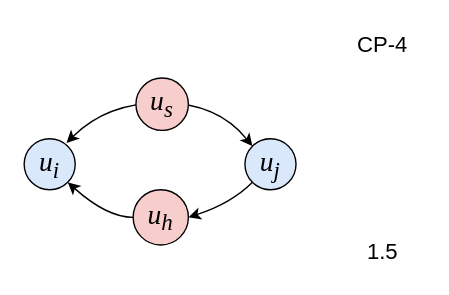
Before: FourDP_2.drawio in kxzhu0505/Delay-Padding-For-Multi-corner, a draw.io diagram. Source tidied: cells renumbered, new cells numbered last; positions are measured from the earlier drawing's top-left corner, leaving out a move shared by most shapes. Both pictures are drawn from the tidied source at 138%, with x=0, y=0 at pixel (23, 23).
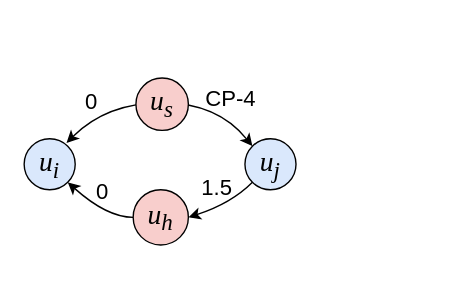
Above is the later version.

Change to the diagram source:
```diff
@@
 <mxGraphModel>
   <root>
     <mxCell id="0" />
     <mxCell id="1" parent="0" />
     <mxCell id="2" value="&lt;i&gt;&lt;font style=&quot;font-size: 20px;&quot; face=&quot;Times New Roman&quot;&gt;u&lt;sub style=&quot;&quot;&gt;i&lt;/sub&gt;&lt;/font&gt;&lt;/i&gt;" style="ellipse;whiteSpace=wrap;html=1;fillColor=#dae8fc;strokeColor=light-dark(#000000, #5c79a3);" parent="1" vertex="1">
       <mxGeometry y="83" width="37" height="37" as="geometry" />
     </mxCell>
     <mxCell id="3" value="&lt;i&gt;&lt;font style=&quot;font-size: 20px;&quot; face=&quot;Times New Roman&quot;&gt;u&lt;sub style=&quot;&quot;&gt;j&lt;/sub&gt;&lt;/font&gt;&lt;/i&gt;" style="ellipse;whiteSpace=wrap;html=1;fillColor=#dae8fc;strokeColor=#000000;" parent="1" vertex="1">
       <mxGeometry x="160" y="83" width="37" height="37" as="geometry" />
     </mxCell>
     <mxCell id="4" style="curved=1;endArrow=classic;html=1;rounded=0;exitX=0.993;exitY=0.447;exitDx=0;exitDy=0;entryX=0;entryY=0;entryDx=0;entryDy=0;exitPerimeter=0;" parent="1" edge="1" source="9" target="3">
       <mxGeometry relative="1" as="geometry">
         <Array as="points">
           <mxPoint x="60" y="57" />
           <mxPoint x="140" y="57" />
         </Array>
       </mxGeometry>
     </mxCell>
     <mxCell id="5" style="curved=1;endArrow=none;html=1;rounded=0;exitX=1;exitY=1;exitDx=0;exitDy=0;entryX=0;entryY=0.5;entryDx=0;entryDy=0;startArrow=classic;startFill=1;" parent="1" edge="1" source="2" target="10">
       <mxGeometry relative="1" as="geometry">
         <Array as="points">
           <mxPoint x="60" y="140" />
         </Array>
       </mxGeometry>
     </mxCell>
     <mxCell id="6" value="&lt;font style=&quot;font-size: 16px;&quot;&gt;CP-4&lt;/font&gt;" style="text;html=1;align=center;verticalAlign=middle;whiteSpace=wrap;rounded=0;" parent="1" vertex="1">
-      <mxGeometry x="230" width="60" height="30" as="geometry" />
+      <mxGeometry x="120" y="39" width="60" height="30" as="geometry" />
     </mxCell>
     <mxCell id="7" value="&lt;font style=&quot;font-size: 16px;&quot;&gt;1.5&lt;/font&gt;" style="text;html=1;align=center;verticalAlign=middle;whiteSpace=wrap;rounded=0;" parent="1" vertex="1">
-      <mxGeometry x="230" y="150" width="60" height="30" as="geometry" />
+      <mxGeometry x="110" y="103" width="60" height="30" as="geometry" />
     </mxCell>
     <mxCell id="8" style="curved=1;endArrow=none;html=1;rounded=0;exitX=0.829;exitY=0.084;exitDx=0;exitDy=0;entryX=0.002;entryY=0.411;entryDx=0;entryDy=0;startArrow=classic;startFill=1;entryPerimeter=0;exitPerimeter=0;" parent="1" edge="1" source="2" target="9">
       <mxGeometry relative="1" as="geometry">
         <Array as="points">
           <mxPoint x="60" y="57" />
           <mxPoint x="140" y="57" />
         </Array>
       </mxGeometry>
     </mxCell>
     <mxCell id="9" value="&lt;i&gt;&lt;font style=&quot;font-size: 20px;&quot; face=&quot;Times New Roman&quot;&gt;u&lt;sub style=&quot;&quot;&gt;s&lt;/sub&gt;&lt;/font&gt;&lt;/i&gt;" style="ellipse;whiteSpace=wrap;html=1;fillColor=#f8cecc;strokeColor=light-dark(#000000, #d7817e);" parent="1" vertex="1">
       <mxGeometry x="81" y="39" width="38" height="38" as="geometry" />
     </mxCell>
     <mxCell id="10" value="&lt;i&gt;&lt;font style=&quot;font-size: 20px;&quot; face=&quot;Times New Roman&quot;&gt;u&lt;sub style=&quot;&quot;&gt;h&lt;/sub&gt;&lt;/font&gt;&lt;/i&gt;" style="ellipse;whiteSpace=wrap;html=1;fillColor=#f8cecc;strokeColor=light-dark(#000000, #d7817e);" parent="1" vertex="1">
       <mxGeometry x="79" y="120" width="40" height="40" as="geometry" />
     </mxCell>
     <mxCell id="11" style="curved=1;endArrow=none;html=1;rounded=0;exitX=1;exitY=0.5;exitDx=0;exitDy=0;entryX=0;entryY=1;entryDx=0;entryDy=0;startArrow=classic;startFill=1;" parent="1" edge="1" source="10" target="3">
       <mxGeometry relative="1" as="geometry">
         <Array as="points">
           <mxPoint x="150" y="130" />
         </Array>
       </mxGeometry>
     </mxCell>
+    <mxCell id="12" value="&lt;font style=&quot;font-size: 16px;&quot;&gt;0&lt;/font&gt;" style="text;html=1;align=center;verticalAlign=middle;whiteSpace=wrap;rounded=0;" parent="1" vertex="1">
+      <mxGeometry x="27" y="106" width="60" height="30" as="geometry" />
+    </mxCell>
+    <mxCell id="13" value="&lt;font style=&quot;font-size: 16px;&quot;&gt;0&lt;/font&gt;" style="text;html=1;align=center;verticalAlign=middle;whiteSpace=wrap;rounded=0;" parent="1" vertex="1">
+      <mxGeometry x="19" y="41" width="60" height="30" as="geometry" />
+    </mxCell>
   </root>
 </mxGraphModel>
```
